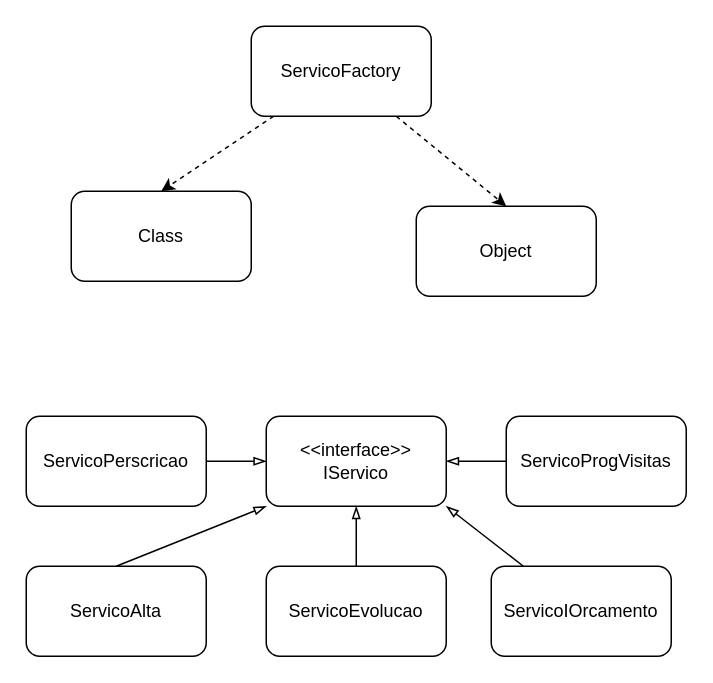
Earlier version of the draw.io diagram Diagrama.drawio (xamatR/factoryMethod). Source tidied: cells renumbered, new cells numbered last; positions are measured from the earlier drawing's top-left corner, leaving out a move shared by most shapes. Both pictures are drawn from the tidied source at 150%, with x=0, y=0 at pixel (26, 26).
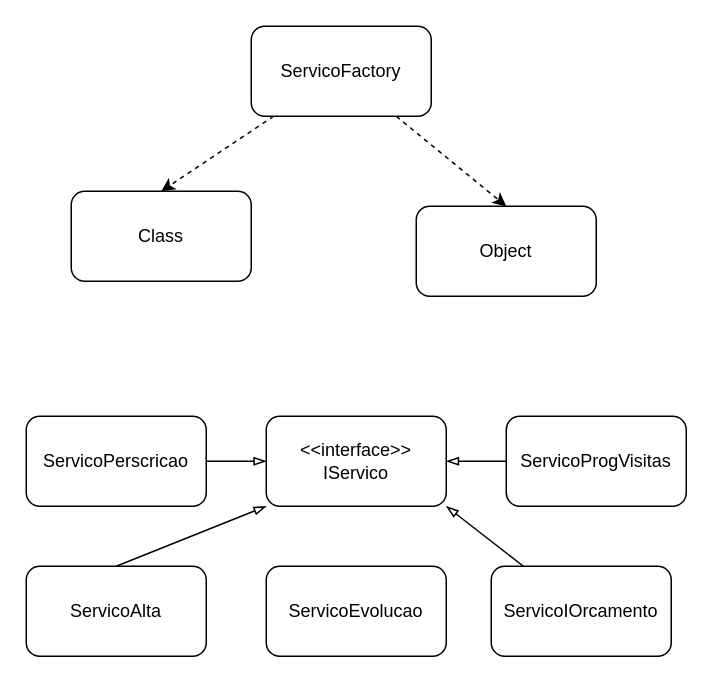
The same diagram, later.

The edit, as a diff of the source:
```diff
@@
 <mxGraphModel>
   <root>
     <mxCell id="0" />
     <mxCell id="1" parent="0" />
     <mxCell id="2" value="&amp;lt;&amp;lt;interface&amp;gt;&amp;gt;&lt;br&gt;IServico" style="rounded=1;whiteSpace=wrap;html=1;" parent="1" vertex="1">
       <mxGeometry x="160" y="260" width="120" height="60" as="geometry" />
     </mxCell>
     <mxCell id="3" style="edgeStyle=none;html=1;exitX=0.5;exitY=0;exitDx=0;exitDy=0;entryX=0;entryY=1;entryDx=0;entryDy=0;endArrow=blockThin;endFill=0;" parent="1" edge="1" source="4" target="2">
       <mxGeometry relative="1" as="geometry" />
     </mxCell>
     <mxCell id="4" value="ServicoAlta" style="rounded=1;whiteSpace=wrap;html=1;" parent="1" vertex="1">
       <mxGeometry y="360" width="120" height="60" as="geometry" />
     </mxCell>
-    <mxCell id="5" style="edgeStyle=none;html=1;entryX=0.5;entryY=1;entryDx=0;entryDy=0;endArrow=blockThin;endFill=0;" parent="1" edge="1" source="6" target="2">
-      <mxGeometry relative="1" as="geometry" />
-    </mxCell>
     <mxCell id="6" value="ServicoEvolucao" style="rounded=1;whiteSpace=wrap;html=1;" parent="1" vertex="1">
       <mxGeometry x="160" y="360" width="120" height="60" as="geometry" />
     </mxCell>
     <mxCell id="7" style="edgeStyle=none;html=1;entryX=1;entryY=1;entryDx=0;entryDy=0;endArrow=blockThin;endFill=0;" parent="1" edge="1" source="8" target="2">
       <mxGeometry relative="1" as="geometry" />
     </mxCell>
     <mxCell id="8" value="ServicoIOrcamento" style="rounded=1;whiteSpace=wrap;html=1;" parent="1" vertex="1">
       <mxGeometry x="310" y="360" width="120" height="60" as="geometry" />
     </mxCell>
     <mxCell id="9" style="edgeStyle=none;html=1;entryX=1;entryY=0.5;entryDx=0;entryDy=0;endArrow=blockThin;endFill=0;" parent="1" edge="1" source="10" target="2">
       <mxGeometry relative="1" as="geometry" />
     </mxCell>
     <mxCell id="10" value="ServicoProgVisitas" style="rounded=1;whiteSpace=wrap;html=1;" parent="1" vertex="1">
       <mxGeometry x="320" y="260" width="120" height="60" as="geometry" />
     </mxCell>
     <mxCell id="11" style="edgeStyle=none;html=1;entryX=0;entryY=0.5;entryDx=0;entryDy=0;endArrow=blockThin;endFill=0;" parent="1" edge="1" source="12" target="2">
       <mxGeometry relative="1" as="geometry" />
     </mxCell>
     <mxCell id="12" value="ServicoPerscricao" style="rounded=1;whiteSpace=wrap;html=1;" parent="1" vertex="1">
       <mxGeometry y="260" width="120" height="60" as="geometry" />
     </mxCell>
     <mxCell id="13" value="Class" style="rounded=1;whiteSpace=wrap;html=1;" parent="1" vertex="1">
       <mxGeometry x="30" y="110" width="120" height="60" as="geometry" />
     </mxCell>
     <mxCell id="14" value="Object" style="rounded=1;whiteSpace=wrap;html=1;" parent="1" vertex="1">
       <mxGeometry x="260" y="120" width="120" height="60" as="geometry" />
     </mxCell>
     <mxCell id="15" style="edgeStyle=none;html=1;entryX=0.5;entryY=0;entryDx=0;entryDy=0;dashed=1;" parent="1" edge="1" source="17" target="13">
       <mxGeometry relative="1" as="geometry" />
     </mxCell>
     <mxCell id="16" style="edgeStyle=none;html=1;entryX=0.5;entryY=0;entryDx=0;entryDy=0;dashed=1;" parent="1" edge="1" source="17" target="14">
       <mxGeometry relative="1" as="geometry" />
     </mxCell>
     <mxCell id="17" value="ServicoFactory" style="rounded=1;whiteSpace=wrap;html=1;" parent="1" vertex="1">
       <mxGeometry x="150" width="120" height="60" as="geometry" />
     </mxCell>
   </root>
 </mxGraphModel>
```
